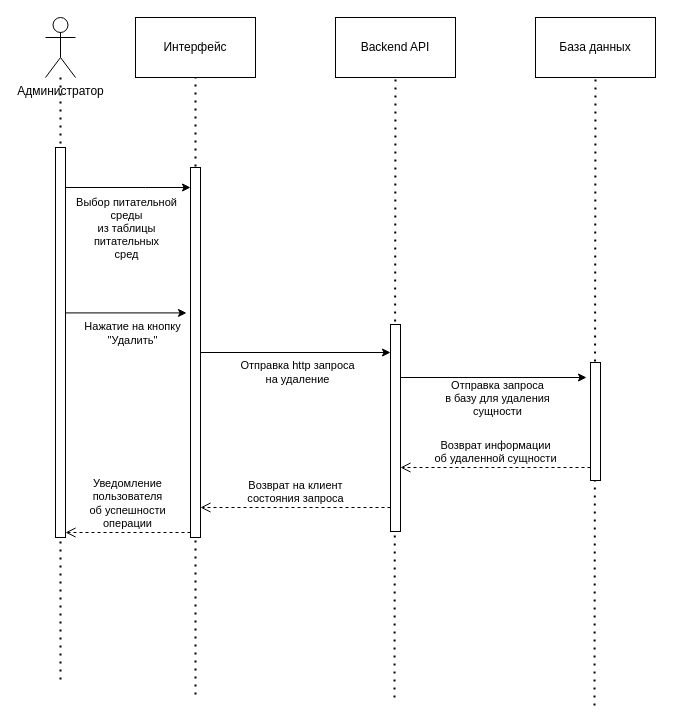
eva01pilot/plant-tissue-diagrams keeps this draw.io diagram as sequence_check-graphs.drawio. Above is the earlier version. Source tidied: cells renumbered, new cells numbered last; positions are measured from the earlier drawing's top-left corner, leaving out a move shared by most shapes. Both pictures are drawn from the tidied source at 100%, with x=0, y=0 at pixel (45, 17).
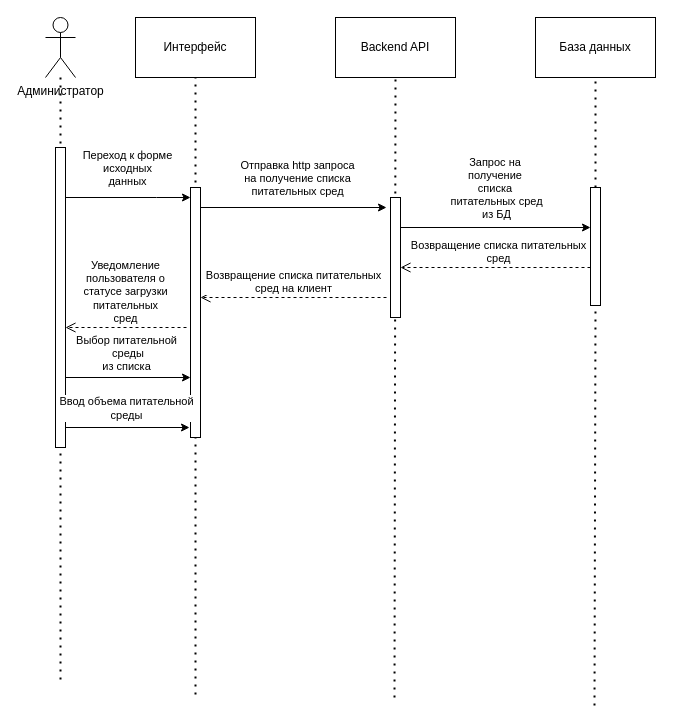
The same page after the edit.

Unchanged cells that the change refers to:
```xml
<mxCell id="12" value="База данных" style="rounded=0;whiteSpace=wrap;html=1;" parent="1" vertex="1">
  <mxGeometry x="490" width="120" height="60" as="geometry" />
</mxCell>
```

What changed in the source:
```diff
@@
-    <mxCell id="5" style="endArrow=none;dashed=1;html=1;dashPattern=1 3;strokeWidth=2;rounded=0;entryX=0.5;entryY=1;entryDx=0;entryDy=0;" parent="1" edge="1" target="12">
-      <mxGeometry relative="1" as="geometry">
-        <mxPoint x="549" y="688" as="sourcePoint" />
-      </mxGeometry>
+    <mxCell id="5" style="endArrow=none;dashed=1;html=1;dashPattern=1 3;strokeWidth=2;rounded=0;entryX=0.5;entryY=1;entryDx=0;entryDy=0;" parent="1" edge="1" source="13" target="12">
+      <mxGeometry relative="1" as="geometry" />
     </mxCell>
@@
     <mxCell id="8" style="html=1;points=[[0,0,0,0,5],[0,1,0,0,-5],[1,0,0,0,5],[1,1,0,0,-5]];perimeter=orthogonalPerimeter;outlineConnect=0;targetShapes=umlLifeline;portConstraint=eastwest;newEdgeStyle={&quot;curved&quot;:0,&quot;rounded&quot;:0};" parent="1" vertex="1">
-      <mxGeometry x="10" y="130" width="10" height="390" as="geometry" />
+      <mxGeometry x="10" y="130" width="10" height="300" as="geometry" />
     </mxCell>
     <mxCell id="9" style="html=1;points=[[0,0,0,0,5],[0,1,0,0,-5],[1,0,0,0,5],[1,1,0,0,-5]];perimeter=orthogonalPerimeter;outlineConnect=0;targetShapes=umlLifeline;portConstraint=eastwest;newEdgeStyle={&quot;curved&quot;:0,&quot;rounded&quot;:0};" parent="1" vertex="1">
-      <mxGeometry x="145" y="150" width="10" height="370" as="geometry" />
+      <mxGeometry x="145" y="170" width="10" height="250" as="geometry" />
     </mxCell>
@@
     <mxCell id="11" style="html=1;points=[[0,0,0,0,5],[0,1,0,0,-5],[1,0,0,0,5],[1,1,0,0,-5]];perimeter=orthogonalPerimeter;outlineConnect=0;targetShapes=umlLifeline;portConstraint=eastwest;newEdgeStyle={&quot;curved&quot;:0,&quot;rounded&quot;:0};" parent="1" vertex="1">
-      <mxGeometry x="345" y="307" width="10" height="207" as="geometry" />
+      <mxGeometry x="345" y="180" width="10" height="120" as="geometry" />
     </mxCell>
@@
+    <mxCell id="16" style="endArrow=classic;html=1;rounded=0;" parent="1" edge="1" source="8" target="9">
+      <mxGeometry relative="1" as="geometry">
+        <Array as="points">
+          <mxPoint x="111" y="180" />
+        </Array>
+      </mxGeometry>
+    </mxCell>
+    <mxCell id="25" value="&lt;div&gt;Переход к форме&lt;/div&gt;&lt;div&gt;исходных&lt;/div&gt;&lt;div&gt;данных&lt;br&gt;&lt;/div&gt;" style="edgeLabel;html=1;align=center;verticalAlign=middle;" parent="16" vertex="1">
+      <mxGeometry x="0.2" y="-2" relative="1" as="geometry">
+        <mxPoint x="-14" y="-32" as="offset" />
+      </mxGeometry>
+    </mxCell>
+    <mxCell id="26" style="endArrow=classic;html=1;rounded=0;" parent="1" edge="1">
+      <mxGeometry relative="1" as="geometry">
+        <mxPoint x="155" y="190" as="sourcePoint" />
+        <mxPoint x="341" y="190" as="targetPoint" />
+      </mxGeometry>
+    </mxCell>
+    <mxCell id="27" value="&lt;div&gt;Отправка http запроса&lt;/div&gt;&lt;div&gt;на получение списка&lt;/div&gt;&lt;div&gt;питательных сред&lt;br&gt;&lt;/div&gt;" style="edgeLabel;html=1;align=center;verticalAlign=middle;" parent="26" vertex="1">
+      <mxGeometry x="0.19" y="1" relative="1" as="geometry">
+        <mxPoint x="-15" y="-29" as="offset" />
+      </mxGeometry>
+    </mxCell>
+    <mxCell id="28" style="endArrow=classic;html=1;rounded=0;" parent="1" edge="1">
+      <mxGeometry relative="1" as="geometry">
+        <mxPoint x="355" y="210" as="sourcePoint" />
+        <mxPoint x="545" y="210" as="targetPoint" />
+      </mxGeometry>
+    </mxCell>
+    <mxCell id="29" value="&lt;div&gt;Запрос на&amp;nbsp;&lt;/div&gt;&lt;div&gt;получение&amp;nbsp;&lt;/div&gt;&lt;div&gt;списка&amp;nbsp;&lt;/div&gt;&lt;div&gt;питательных сред&lt;/div&gt;&lt;div&gt;из БД&lt;br&gt;&lt;/div&gt;" style="edgeLabel;html=1;align=center;verticalAlign=middle;" parent="28" vertex="1">
+      <mxGeometry x="-0.11" y="-2" relative="1" as="geometry">
+        <mxPoint x="10" y="-42" as="offset" />
+      </mxGeometry>
+    </mxCell>
+    <mxCell id="30" value="&lt;div&gt;Возвращение списка питательных&lt;/div&gt;&lt;div&gt;сред&lt;br&gt;&lt;/div&gt;" style="html=1;verticalAlign=bottom;endArrow=open;dashed=1;endSize=8;curved=0;rounded=0;" parent="1" edge="1" target="11">
+      <mxGeometry relative="1" as="geometry">
+        <mxPoint x="551" y="250" as="sourcePoint" />
+      </mxGeometry>
+    </mxCell>
+    <mxCell id="31" value="&lt;div&gt;Возвращение списка питательных&lt;/div&gt;&lt;div&gt;сред на клиент&lt;br&gt;&lt;/div&gt;" style="html=1;verticalAlign=bottom;endArrow=open;dashed=1;endSize=8;curved=0;rounded=0;" parent="1" edge="1" target="9">
+      <mxGeometry relative="1" as="geometry">
+        <mxPoint x="341" y="280" as="sourcePoint" />
+      </mxGeometry>
+    </mxCell>
+    <mxCell id="32" value="&lt;div&gt;Уведомление&lt;/div&gt;&lt;div&gt;пользователя о&lt;/div&gt;&lt;div&gt;статусе загрузки&lt;/div&gt;&lt;div&gt;питательных&lt;/div&gt;&lt;div&gt;сред&lt;br&gt;&lt;/div&gt;" style="html=1;verticalAlign=bottom;endArrow=open;dashed=1;endSize=8;curved=0;rounded=0;" parent="1" edge="1" target="8">
+      <mxGeometry relative="1" as="geometry">
+        <mxPoint x="141" y="310" as="sourcePoint" />
+      </mxGeometry>
+    </mxCell>
+    <mxCell id="33" style="endArrow=classic;html=1;rounded=0;" parent="1" edge="1">
+      <mxGeometry relative="1" as="geometry">
+        <mxPoint x="20" y="360" as="sourcePoint" />
+        <mxPoint x="145" y="360" as="targetPoint" />
+      </mxGeometry>
+    </mxCell>
+    <mxCell id="34" value="&lt;div&gt;Выбор питательной&lt;/div&gt;&lt;div&gt;&amp;nbsp;среды&lt;/div&gt;&lt;div&gt;из списка&lt;br&gt;&lt;/div&gt;" style="edgeLabel;html=1;align=center;verticalAlign=middle;" parent="33" vertex="1">
+      <mxGeometry x="0.22" y="1" relative="1" as="geometry">
+        <mxPoint x="-16" y="-24" as="offset" />
+      </mxGeometry>
+    </mxCell>
+    <mxCell id="35" style="endArrow=classic;html=1;rounded=0;exitX=1.1;exitY=0.718;exitDx=0;exitDy=0;exitPerimeter=0;" parent="1" edge="1">
+      <mxGeometry relative="1" as="geometry">
+        <mxPoint x="20" y="410" as="sourcePoint" />
+        <mxPoint x="144" y="410" as="targetPoint" />
+      </mxGeometry>
+    </mxCell>
+    <mxCell id="36" value="&lt;div&gt;Ввод объема питательной&lt;/div&gt;&lt;div&gt;среды&lt;br&gt;&lt;/div&gt;" style="edgeLabel;html=1;align=center;verticalAlign=middle;" parent="35" vertex="1">
+      <mxGeometry x="-0.23" y="3" relative="1" as="geometry">
+        <mxPoint x="12" y="-17" as="offset" />
+      </mxGeometry>
+    </mxCell>
+    <mxCell id="37" style="endArrow=none;dashed=1;html=1;dashPattern=1 3;strokeWidth=2;rounded=0;entryX=0.5;entryY=1;entryDx=0;entryDy=0;" parent="1" edge="1" target="13">
+      <mxGeometry relative="1" as="geometry">
+        <mxPoint x="549" y="688" as="sourcePoint" />
+      </mxGeometry>
+    </mxCell>
     <mxCell id="13" style="html=1;points=[[0,0,0,0,5],[0,1,0,0,-5],[1,0,0,0,5],[1,1,0,0,-5]];perimeter=orthogonalPerimeter;outlineConnect=0;targetShapes=umlLifeline;portConstraint=eastwest;newEdgeStyle={&quot;curved&quot;:0,&quot;rounded&quot;:0};" parent="1" vertex="1">
-      <mxGeometry x="545" y="345" width="10" height="118" as="geometry" />
+      <mxGeometry x="545" y="170" width="10" height="118" as="geometry" />
     </mxCell>
-    <mxCell id="14" style="endArrow=classic;html=1;rounded=0;" parent="1" edge="1">
-      <mxGeometry relative="1" as="geometry">
-        <mxPoint x="20" y="170" as="sourcePoint" />
-        <mxPoint x="145" y="170" as="targetPoint" />
-        <Array as="points">
-          <mxPoint x="100" y="170" />
-        </Array>
-      </mxGeometry>
-    </mxCell>
-    <mxCell id="15" value="&lt;div&gt;Выбор питательной&lt;/div&gt;&lt;div&gt;среды&lt;br&gt;&lt;/div&gt;&lt;div&gt;из таблицы&lt;/div&gt;&lt;div&gt;питательных&lt;br&gt;&lt;/div&gt;&lt;div&gt;сред&lt;br&gt;&lt;/div&gt;" style="edgeLabel;html=1;align=center;verticalAlign=middle;" parent="14" vertex="1">
-      <mxGeometry x="-0.28" relative="1" as="geometry">
-        <mxPoint x="15" y="40" as="offset" />
-      </mxGeometry>
-    </mxCell>
-    <mxCell id="16" style="endArrow=classic;html=1;rounded=0;entryX=-0.4;entryY=0.393;entryDx=0;entryDy=0;entryPerimeter=0;" parent="1" edge="1" source="8" target="9">
-      <mxGeometry relative="1" as="geometry" />
-    </mxCell>
-    <mxCell id="17" value="&lt;div&gt;Нажатие на кнопку&lt;/div&gt;&lt;div&gt;&quot;Удалить&quot;&lt;br&gt;&lt;/div&gt;" style="edgeLabel;html=1;align=center;verticalAlign=middle;" parent="16" vertex="1">
-      <mxGeometry x="-0.16" y="-1" relative="1" as="geometry">
-        <mxPoint x="15" y="19" as="offset" />
-      </mxGeometry>
-    </mxCell>
-    <mxCell id="18" style="endArrow=classic;html=1;rounded=0;" parent="1" edge="1" source="9" target="11">
-      <mxGeometry relative="1" as="geometry" />
-    </mxCell>
-    <mxCell id="19" value="&lt;div&gt;Отправка http запроса&lt;/div&gt;&lt;div&gt;на удаление&lt;br&gt;&lt;/div&gt;" style="edgeLabel;html=1;align=center;verticalAlign=middle;" parent="18" vertex="1">
-      <mxGeometry x="-0.32" relative="1" as="geometry">
-        <mxPoint x="31" y="19" as="offset" />
-      </mxGeometry>
-    </mxCell>
-    <mxCell id="20" style="endArrow=classic;html=1;rounded=0;entryX=-0.4;entryY=0.697;entryDx=0;entryDy=0;entryPerimeter=0;" parent="1" edge="1">
-      <mxGeometry relative="1" as="geometry">
-        <mxPoint x="355" y="360" as="sourcePoint" />
-        <mxPoint x="541" y="360" as="targetPoint" />
-      </mxGeometry>
-    </mxCell>
-    <mxCell id="21" value="&lt;div&gt;Отправка запроса&lt;/div&gt;&lt;div&gt;в базу для удаления&lt;/div&gt;&lt;div&gt;сущности&lt;br&gt;&lt;/div&gt;" style="edgeLabel;html=1;align=center;verticalAlign=middle;" parent="20" vertex="1">
-      <mxGeometry x="0.24" y="-2" relative="1" as="geometry">
-        <mxPoint x="-19" y="18" as="offset" />
-      </mxGeometry>
-    </mxCell>
-    <mxCell id="22" value="&lt;div&gt;Возврат информации &lt;br&gt;&lt;/div&gt;&lt;div&gt;об удаленной сущности&lt;br&gt;&lt;/div&gt;" style="html=1;verticalAlign=bottom;endArrow=open;dashed=1;endSize=8;curved=0;rounded=0;" parent="1" edge="1" source="13" target="11">
-      <mxGeometry relative="1" as="geometry">
-        <Array as="points">
-          <mxPoint x="451" y="450" />
-        </Array>
-      </mxGeometry>
-    </mxCell>
-    <mxCell id="23" value="&lt;div&gt;Возврат на клиент &lt;br&gt;&lt;/div&gt;&lt;div&gt;состояния запроса&lt;br&gt;&lt;/div&gt;" style="html=1;verticalAlign=bottom;endArrow=open;dashed=1;endSize=8;curved=0;rounded=0;" parent="1" edge="1">
-      <mxGeometry relative="1" as="geometry">
-        <mxPoint x="345" y="490" as="sourcePoint" />
-        <mxPoint x="155" y="490" as="targetPoint" />
-      </mxGeometry>
-    </mxCell>
-    <mxCell id="24" value="&lt;div&gt;Уведомление &lt;br&gt;&lt;/div&gt;&lt;div&gt;пользователя&lt;/div&gt;&lt;div&gt;об успешности &lt;br&gt;&lt;/div&gt;&lt;div&gt;операции&lt;br&gt;&lt;/div&gt;" style="html=1;verticalAlign=bottom;endArrow=open;dashed=1;endSize=8;curved=0;rounded=0;entryX=1;entryY=1;entryDx=0;entryDy=-5;entryPerimeter=0;" parent="1" edge="1" source="9" target="8">
-      <mxGeometry relative="1" as="geometry" />
-    </mxCell>
```
